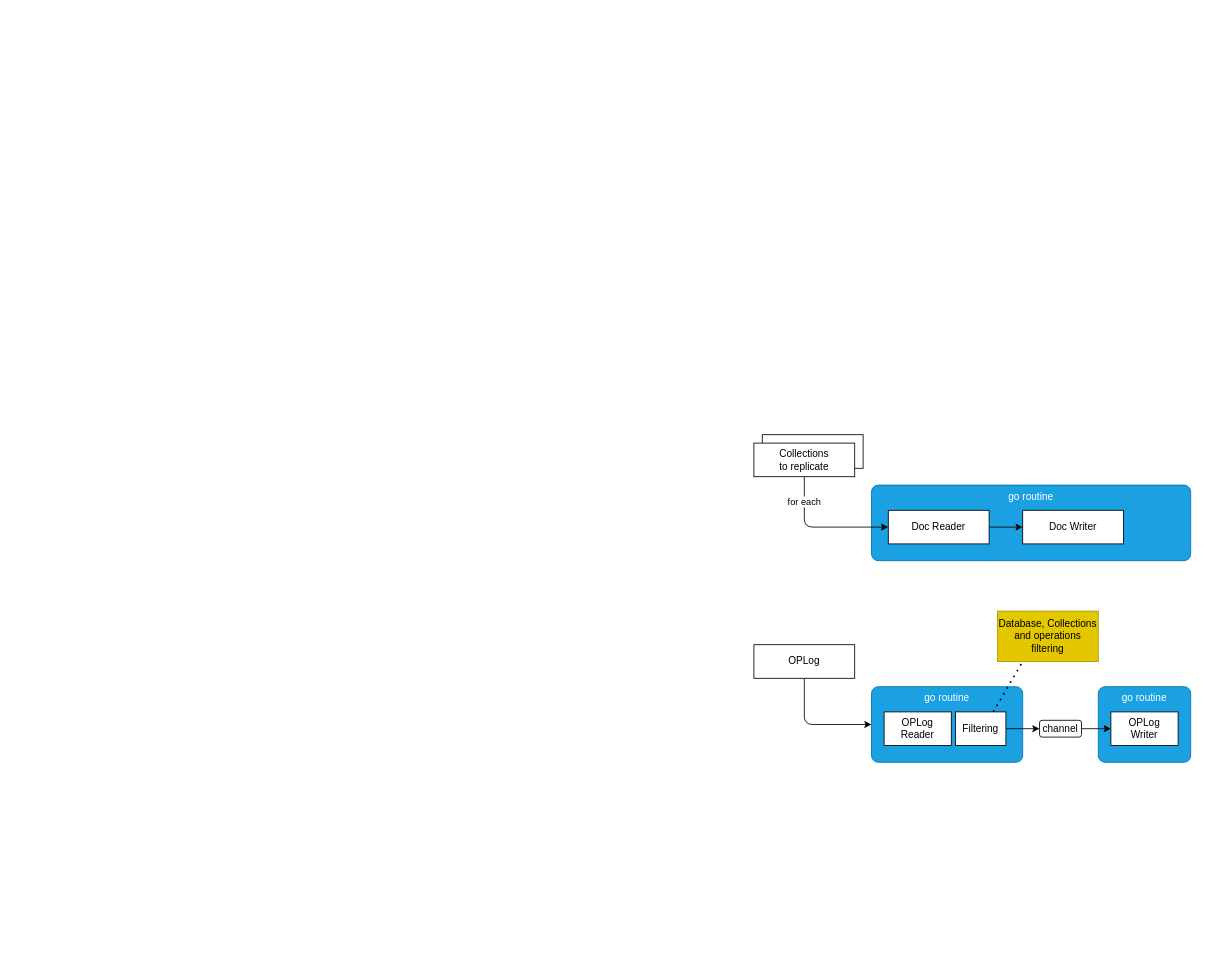
Earlier version of the draw.io diagram page "Page-2" (1 of 3) of docs/mongo-repl.drawio (sebastienferry/mongo-repl). Source tidied: cells renumbered, new cells numbered last; positions are measured from the earlier drawing's top-left corner, leaving out a move shared by most shapes. Both pictures are drawn from the tidied source at 84%, with x=0, y=0 at pixel (753, 434).
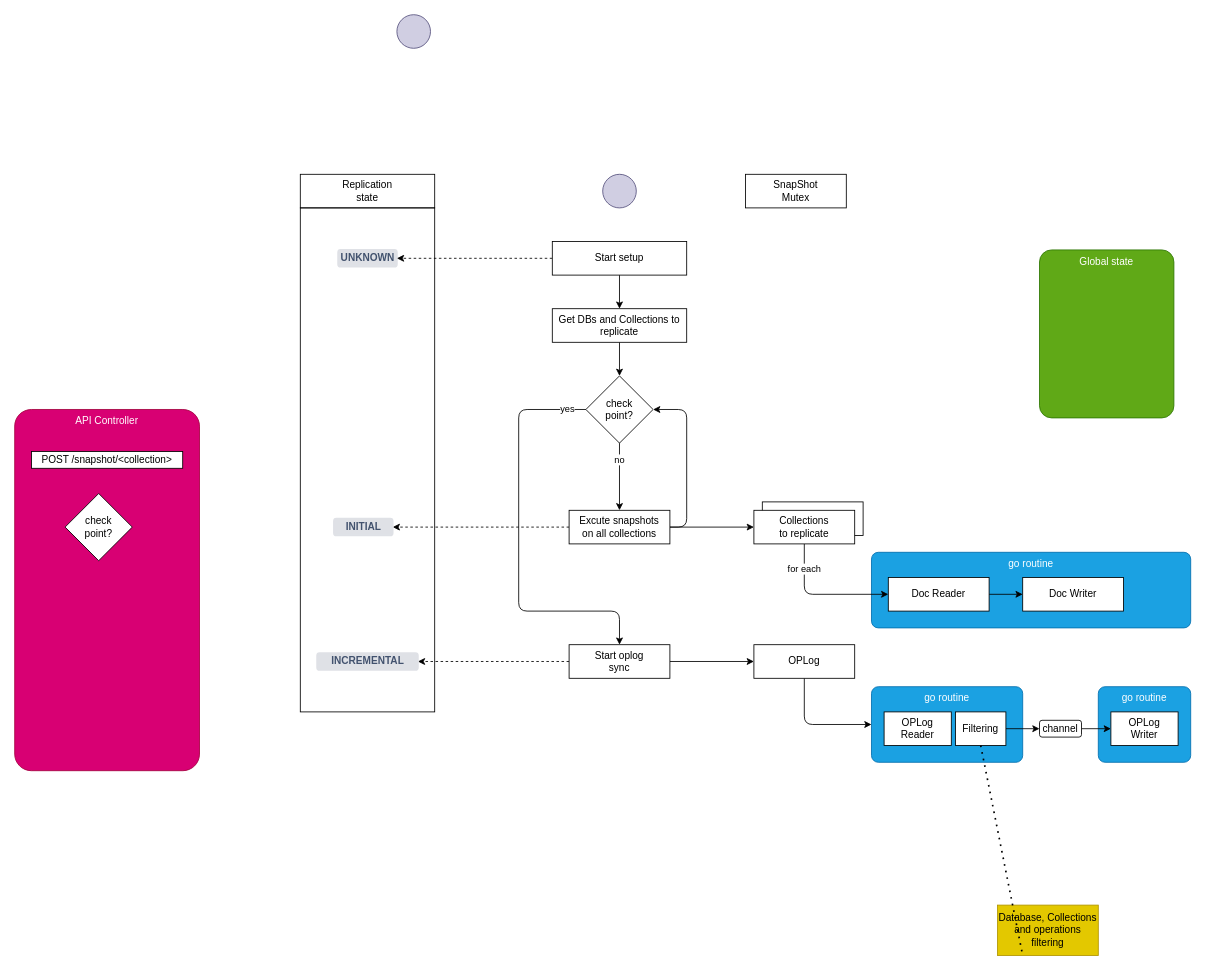
The same page after the edit.

Unchanged cells that the change refers to:
```xml
<mxCell id="16" value="OPLog" style="rounded=0;whiteSpace=wrap;html=1;" parent="1" vertex="1">
  <mxGeometry y="250" width="120" height="40" as="geometry" />
</mxCell>
<mxCell id="18" value="Filtering" style="rounded=0;whiteSpace=wrap;html=1;" parent="1" vertex="1">
  <mxGeometry x="240" y="330" width="60" height="40" as="geometry" />
</mxCell>
```

Diff of the diagram source:
```diff
@@
     <mxCell id="4" value="go routine" style="rounded=1;whiteSpace=wrap;html=1;fillColor=#1ba1e2;fontColor=#ffffff;strokeColor=#006EAF;verticalAlign=top;align=center;arcSize=9;" parent="1" vertex="1">
-      <mxGeometry x="140" y="60" width="380" height="90" as="geometry" />
+      <mxGeometry x="140" y="140" width="380" height="90" as="geometry" />
     </mxCell>
     <mxCell id="5" style="rounded=0;whiteSpace=wrap;html=1;" parent="1" vertex="1">
-      <mxGeometry x="10" width="120" height="40" as="geometry" />
+      <mxGeometry x="10" y="80" width="120" height="40" as="geometry" />
     </mxCell>
@@
     <mxCell id="7" value="Doc Reader" style="rounded=0;whiteSpace=wrap;html=1;" parent="1" vertex="1">
-      <mxGeometry x="160" y="90" width="120" height="40" as="geometry" />
+      <mxGeometry x="160" y="170" width="120" height="40" as="geometry" />
     </mxCell>
@@
     <mxCell id="10" value="Doc Writer" style="rounded=0;whiteSpace=wrap;html=1;" parent="1" vertex="1">
-      <mxGeometry x="320" y="90" width="120" height="40" as="geometry" />
+      <mxGeometry x="320" y="170" width="120" height="40" as="geometry" />
     </mxCell>
     <mxCell id="11" value="for each" style="edgeStyle=none;html=1;exitX=0.5;exitY=1;exitDx=0;exitDy=0;entryX=0;entryY=0.5;entryDx=0;entryDy=0;" parent="1" edge="1" source="12" target="7">
       <mxGeometry x="-0.62" relative="1" as="geometry">
         <Array as="points">
-          <mxPoint x="60" y="110" />
+          <mxPoint x="60" y="190" />
         </Array>
       </mxGeometry>
     </mxCell>
     <mxCell id="12" value="Collections&lt;br&gt;to replicate" style="rounded=0;whiteSpace=wrap;html=1;" parent="1" vertex="1">
-      <mxGeometry y="10" width="120" height="40" as="geometry" />
+      <mxGeometry y="90" width="120" height="40" as="geometry" />
     </mxCell>
@@
     <mxCell id="19" value="Database, Collections and operations filtering" style="rounded=0;whiteSpace=wrap;html=1;fillColor=#e3c800;fontColor=#000000;strokeColor=#B09500;" parent="1" vertex="1">
-      <mxGeometry x="290" y="210" width="120" height="60" as="geometry" />
+      <mxGeometry x="290" y="560" width="120" height="60" as="geometry" />
     </mxCell>
-    <mxCell id="20" style="endArrow=none;dashed=1;html=1;dashPattern=1 3;strokeWidth=2;entryX=0.25;entryY=1;entryDx=0;entryDy=0;exitX=0.75;exitY=0;exitDx=0;exitDy=0;" parent="1" edge="1" source="18" target="19">
+    <mxCell id="20" style="endArrow=none;dashed=1;html=1;dashPattern=1 3;strokeWidth=2;entryX=0.25;entryY=1;entryDx=0;entryDy=0;exitX=0.5;exitY=1;exitDx=0;exitDy=0;" parent="1" edge="1" source="18" target="19">
       <mxGeometry relative="1" as="geometry" />
     </mxCell>
+    <mxCell id="21" value="Global state" style="rounded=1;whiteSpace=wrap;html=1;fillColor=#60a917;fontColor=#ffffff;strokeColor=#2D7600;verticalAlign=top;align=center;arcSize=9;" parent="1" vertex="1">
+      <mxGeometry x="340" y="-220" width="160" height="200" as="geometry" />
+    </mxCell>
+    <mxCell id="22" value="SnapShot&lt;br&gt;Mutex" style="rounded=0;whiteSpace=wrap;html=1;" parent="1" vertex="1">
+      <mxGeometry x="-10" y="-310" width="120" height="40" as="geometry" />
+    </mxCell>
+    <mxCell id="23" value="API Controller" style="rounded=1;whiteSpace=wrap;html=1;fillColor=#d80073;fontColor=#ffffff;strokeColor=#A50040;verticalAlign=top;align=center;arcSize=9;" parent="1" vertex="1">
+      <mxGeometry x="-880" y="-30" width="220" height="430" as="geometry" />
+    </mxCell>
+    <mxCell id="24" value="POST /snapshot/&amp;lt;collection&amp;gt;" style="rounded=0;whiteSpace=wrap;html=1;" parent="1" vertex="1">
+      <mxGeometry x="-860" y="20" width="180" height="20" as="geometry" />
+    </mxCell>
+    <mxCell id="25" style="edgeStyle=orthogonalEdgeStyle;html=1;exitX=1;exitY=0.5;exitDx=0;exitDy=0;startArrow=none;startFill=0;endArrow=classic;endFill=1;" parent="1" edge="1" source="27" target="16">
+      <mxGeometry relative="1" as="geometry" />
+    </mxCell>
+    <mxCell id="26" style="edgeStyle=orthogonalEdgeStyle;html=1;exitX=0;exitY=0.5;exitDx=0;exitDy=0;entryX=1;entryY=0.5;entryDx=0;entryDy=0;dashed=1;startArrow=none;startFill=0;endArrow=classic;endFill=1;" parent="1" edge="1" source="27" target="45">
+      <mxGeometry relative="1" as="geometry" />
+    </mxCell>
+    <mxCell id="27" value="Start oplog&lt;br&gt;sync" style="rounded=0;whiteSpace=wrap;html=1;" parent="1" vertex="1">
+      <mxGeometry x="-220" y="250" width="120" height="40" as="geometry" />
+    </mxCell>
+    <mxCell id="28" value="no" style="edgeStyle=orthogonalEdgeStyle;html=1;exitX=0.5;exitY=1;exitDx=0;exitDy=0;startArrow=none;startFill=0;endArrow=classic;endFill=1;" parent="1" edge="1" source="30" target="34">
+      <mxGeometry x="-0.5" relative="1" as="geometry" />
+    </mxCell>
+    <mxCell id="29" value="yes" style="edgeStyle=orthogonalEdgeStyle;html=1;exitX=0;exitY=0.5;exitDx=0;exitDy=0;entryX=0.5;entryY=0;entryDx=0;entryDy=0;startArrow=none;startFill=0;endArrow=classic;endFill=1;" parent="1" edge="1" source="30" target="27">
+      <mxGeometry x="-0.91" relative="1" as="geometry">
+        <Array as="points">
+          <mxPoint x="-280" y="-30" />
+          <mxPoint x="-280" y="210" />
+          <mxPoint x="-160" y="210" />
+        </Array>
+      </mxGeometry>
+    </mxCell>
+    <mxCell id="30" value="check&lt;br&gt;point?" style="rhombus;whiteSpace=wrap;html=1;" parent="1" vertex="1">
+      <mxGeometry x="-200" y="-70" width="80" height="80" as="geometry" />
+    </mxCell>
+    <mxCell id="31" style="edgeStyle=orthogonalEdgeStyle;html=1;exitX=1;exitY=0.5;exitDx=0;exitDy=0;entryX=0;entryY=0.5;entryDx=0;entryDy=0;startArrow=none;startFill=0;endArrow=classic;endFill=1;" parent="1" edge="1" source="34" target="12">
+      <mxGeometry relative="1" as="geometry" />
+    </mxCell>
+    <mxCell id="32" style="html=1;exitX=1;exitY=0.5;exitDx=0;exitDy=0;entryX=1;entryY=0.5;entryDx=0;entryDy=0;startArrow=none;startFill=0;endArrow=classic;endFill=1;edgeStyle=orthogonalEdgeStyle;" parent="1" edge="1" source="34" target="30">
+      <mxGeometry relative="1" as="geometry">
+        <Array as="points">
+          <mxPoint x="-80" y="110" />
+          <mxPoint x="-80" y="-30" />
+        </Array>
+      </mxGeometry>
+    </mxCell>
+    <mxCell id="33" style="edgeStyle=orthogonalEdgeStyle;html=1;exitX=0;exitY=0.5;exitDx=0;exitDy=0;entryX=1;entryY=0.5;entryDx=0;entryDy=0;startArrow=none;startFill=0;endArrow=classic;endFill=1;dashed=1;" parent="1" edge="1" source="34" target="44">
+      <mxGeometry relative="1" as="geometry" />
+    </mxCell>
+    <mxCell id="34" value="Excute snapshots&lt;br&gt;on all collections" style="rounded=0;whiteSpace=wrap;html=1;" parent="1" vertex="1">
+      <mxGeometry x="-220" y="90" width="120" height="40" as="geometry" />
+    </mxCell>
+    <mxCell id="35" value="check&lt;br&gt;point?" style="rhombus;whiteSpace=wrap;html=1;" parent="1" vertex="1">
+      <mxGeometry x="-820" y="70" width="80" height="80" as="geometry" />
+    </mxCell>
+    <mxCell id="36" style="edgeStyle=orthogonalEdgeStyle;html=1;exitX=0.5;exitY=1;exitDx=0;exitDy=0;entryX=0.5;entryY=0;entryDx=0;entryDy=0;startArrow=none;startFill=0;endArrow=classic;endFill=1;" parent="1" edge="1" source="37" target="30">
+      <mxGeometry relative="1" as="geometry" />
+    </mxCell>
+    <mxCell id="37" value="Get DBs and Collections to replicate" style="rounded=0;whiteSpace=wrap;html=1;" parent="1" vertex="1">
+      <mxGeometry x="-240" y="-150" width="160" height="40" as="geometry" />
+    </mxCell>
+    <mxCell id="38" value="UNKNOWN" style="dashed=0;html=1;rounded=1;fillColor=#DFE1E6;strokeColor=#DFE1E6;fontSize=12;align=center;fontStyle=1;strokeWidth=2;fontColor=#42526E;" parent="1" vertex="1">
+      <mxGeometry x="-495" y="-220" width="70" height="20" as="geometry" />
+    </mxCell>
+    <mxCell id="39" value="Replication&lt;br&gt;state" style="rounded=0;whiteSpace=wrap;html=1;" parent="1" vertex="1">
+      <mxGeometry x="-540" y="-310" width="160" height="40" as="geometry" />
+    </mxCell>
+    <mxCell id="40" style="ellipse;whiteSpace=wrap;html=1;fillColor=#d0cee2;strokeColor=#56517e;" parent="1" vertex="1">
+      <mxGeometry x="-180" y="-310" width="40" height="40" as="geometry" />
+    </mxCell>
+    <mxCell id="41" style="edgeStyle=orthogonalEdgeStyle;html=1;exitX=0;exitY=0.5;exitDx=0;exitDy=0;entryX=1;entryY=0.5;entryDx=0;entryDy=0;startArrow=none;startFill=0;endArrow=classic;endFill=1;dashed=1;" parent="1" edge="1" source="43" target="38">
+      <mxGeometry relative="1" as="geometry" />
+    </mxCell>
+    <mxCell id="42" style="edgeStyle=orthogonalEdgeStyle;html=1;exitX=0.5;exitY=1;exitDx=0;exitDy=0;entryX=0.5;entryY=0;entryDx=0;entryDy=0;startArrow=none;startFill=0;endArrow=classic;endFill=1;" parent="1" edge="1" source="43" target="37">
+      <mxGeometry relative="1" as="geometry" />
+    </mxCell>
+    <mxCell id="43" value="Start setup" style="rounded=0;whiteSpace=wrap;html=1;" parent="1" vertex="1">
+      <mxGeometry x="-240" y="-230" width="160" height="40" as="geometry" />
+    </mxCell>
+    <mxCell id="44" value="INITIAL" style="dashed=0;html=1;rounded=1;fillColor=#DFE1E6;strokeColor=#DFE1E6;fontSize=12;align=center;fontStyle=1;strokeWidth=2;fontColor=#42526E;" parent="1" vertex="1">
+      <mxGeometry x="-500" y="100" width="70" height="20" as="geometry" />
+    </mxCell>
+    <mxCell id="45" value="INCREMENTAL" style="dashed=0;html=1;rounded=1;fillColor=#DFE1E6;strokeColor=#DFE1E6;fontSize=12;align=center;fontStyle=1;strokeWidth=2;fontColor=#42526E;" parent="1" vertex="1">
+      <mxGeometry x="-520" y="260" width="120" height="20" as="geometry" />
+    </mxCell>
+    <mxCell id="46" style="rounded=0;whiteSpace=wrap;html=1;fillColor=none;" parent="1" vertex="1">
+      <mxGeometry x="-540" y="-270" width="160" height="600" as="geometry" />
+    </mxCell>
+    <mxCell id="47" style="ellipse;whiteSpace=wrap;html=1;fillColor=#d0cee2;strokeColor=#56517e;" parent="1" vertex="1">
+      <mxGeometry x="-425" y="-500" width="40" height="40" as="geometry" />
+    </mxCell>
```
